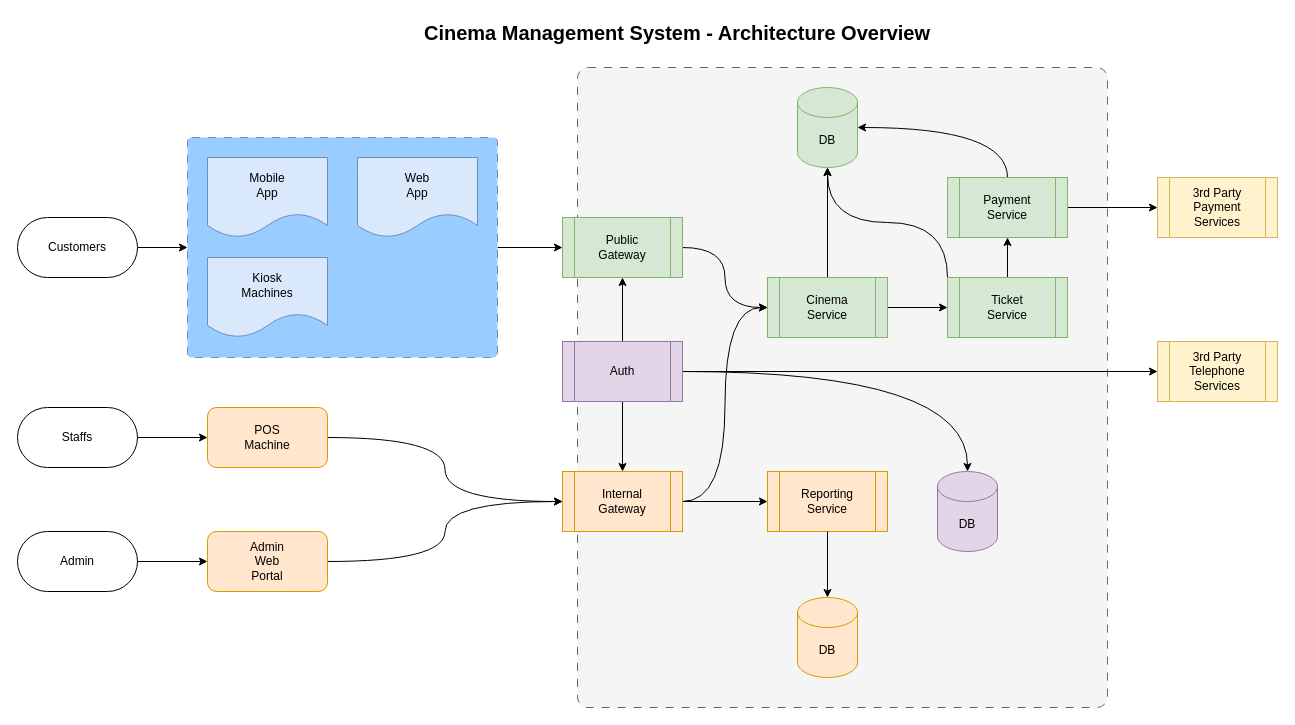
The draw.io diagram diagrams/SystemDiagram-CinemaManagementSystem.drawio in wai-lin/m5_cinema_system, before the edit. Source tidied: cells renumbered, new cells numbered last; positions are measured from the earlier drawing's top-left corner, leaving out a move shared by most shapes. Both pictures are drawn from the tidied source at 100%, with x=0, y=0 at pixel (17, 17).
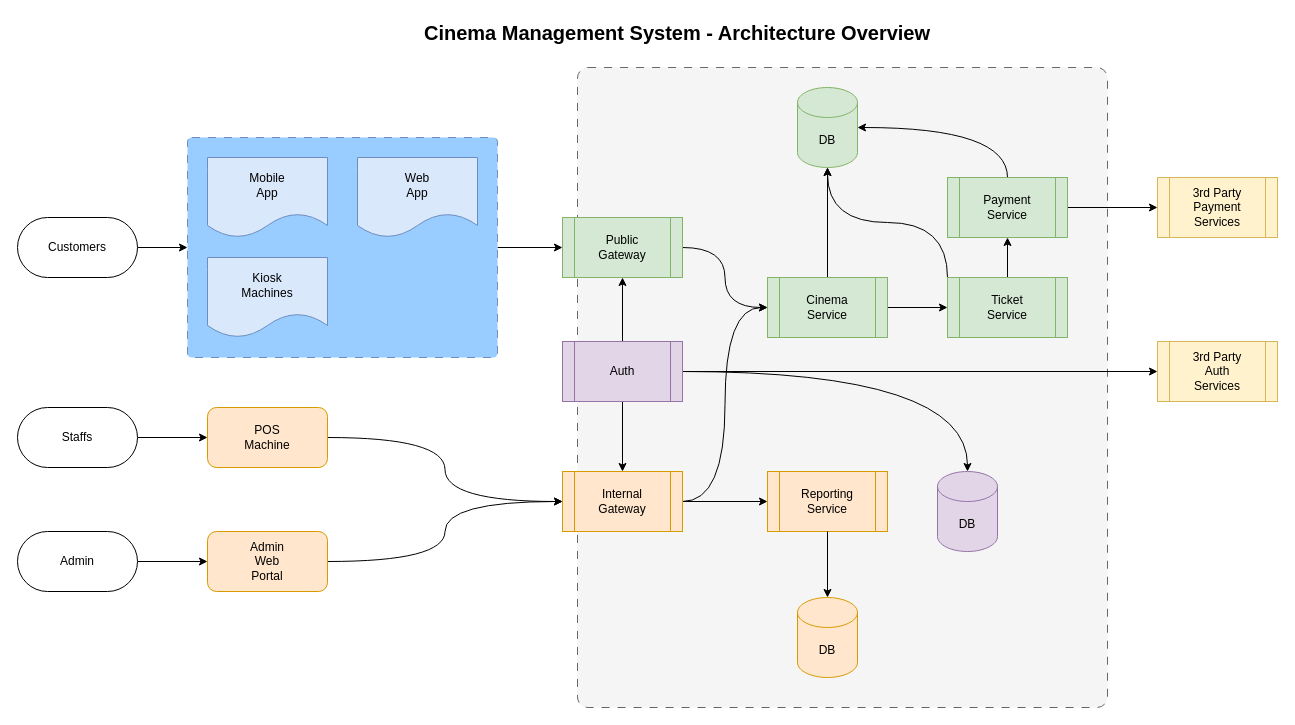
Above is the later version.

Commit message (it also covers changes not shown here):
update auth service in overview diagram

The edit, as a diff of the source:
```diff
@@
-    <mxCell id="39" value="3rd Party&lt;div&gt;Telephone&lt;/div&gt;&lt;div&gt;Services&lt;/div&gt;" style="shape=process;whiteSpace=wrap;html=1;backgroundOutline=1;fillColor=#fff2cc;strokeColor=#d6b656;" parent="1" vertex="1">
+    <mxCell id="39" value="3rd Party&lt;div&gt;Auth&lt;/div&gt;&lt;div&gt;Services&lt;/div&gt;" style="shape=process;whiteSpace=wrap;html=1;backgroundOutline=1;fillColor=#fff2cc;strokeColor=#d6b656;" parent="1" vertex="1">
       <mxGeometry x="1140" y="324" width="120" height="60" as="geometry" />
     </mxCell>
```
